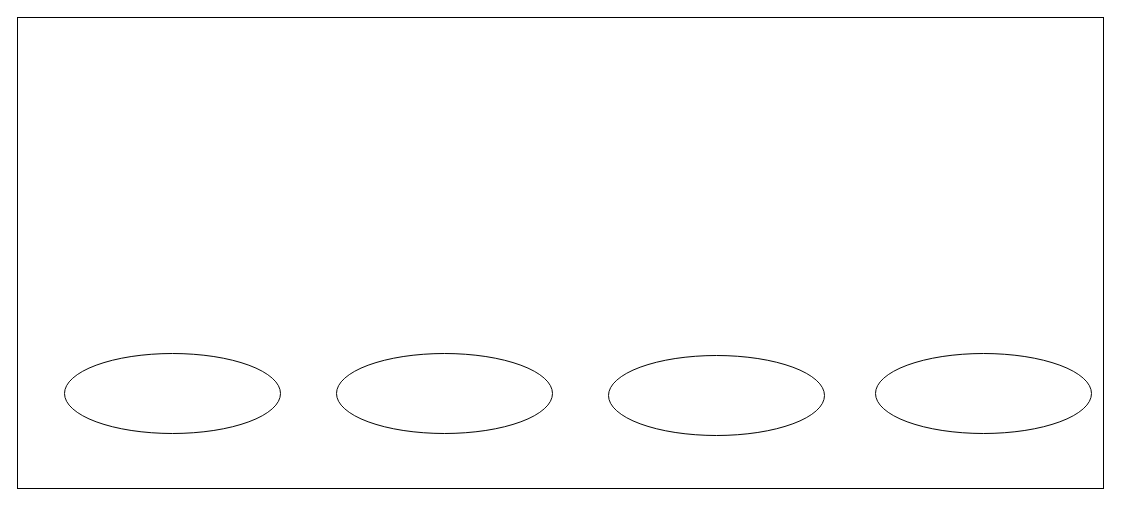
Before: Port2_CreateBasicUMLogin.drawio in Bonaaaa/DevOps, a draw.io diagram. Source tidied: cells renumbered, new cells numbered last; positions are measured from the earlier drawing's top-left corner, leaving out a move shared by most shapes. Both pictures are drawn from the tidied source at 100%, with x=0, y=0 at pixel (17, 17).
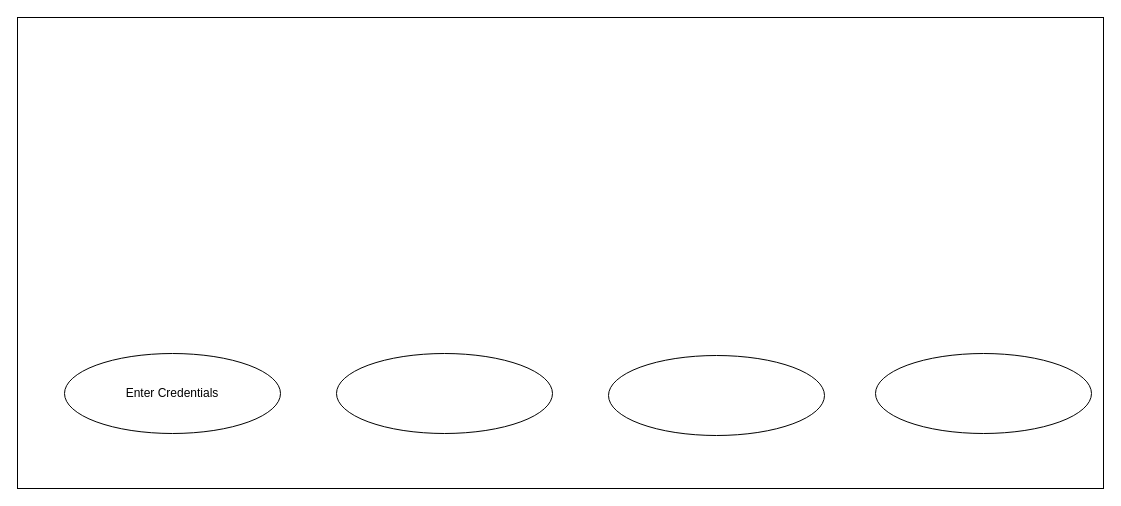
The same diagram, later.

The edit, as a diff of the source:
```diff
@@
 <mxGraphModel>
   <root>
     <mxCell id="0" />
     <mxCell id="1" parent="0" />
     <mxCell id="2" style="rounded=0;whiteSpace=wrap;html=1;" parent="1" vertex="1">
       <mxGeometry width="1086" height="471" as="geometry" />
     </mxCell>
-    <mxCell id="3" style="ellipse;whiteSpace=wrap;html=1;" parent="1" vertex="1">
+    <mxCell id="3" value="Enter Credentials" style="ellipse;whiteSpace=wrap;html=1;" parent="1" vertex="1">
       <mxGeometry x="47" y="336" width="216" height="80" as="geometry" />
     </mxCell>
     <mxCell id="4" style="ellipse;whiteSpace=wrap;html=1;" parent="1" vertex="1">
       <mxGeometry x="319" y="336" width="216" height="80" as="geometry" />
     </mxCell>
     <mxCell id="5" style="ellipse;whiteSpace=wrap;html=1;" parent="1" vertex="1">
       <mxGeometry x="591" y="338" width="216" height="80" as="geometry" />
     </mxCell>
     <mxCell id="6" style="ellipse;whiteSpace=wrap;html=1;" parent="1" vertex="1">
       <mxGeometry x="858" y="336" width="216" height="80" as="geometry" />
     </mxCell>
   </root>
 </mxGraphModel>
```
